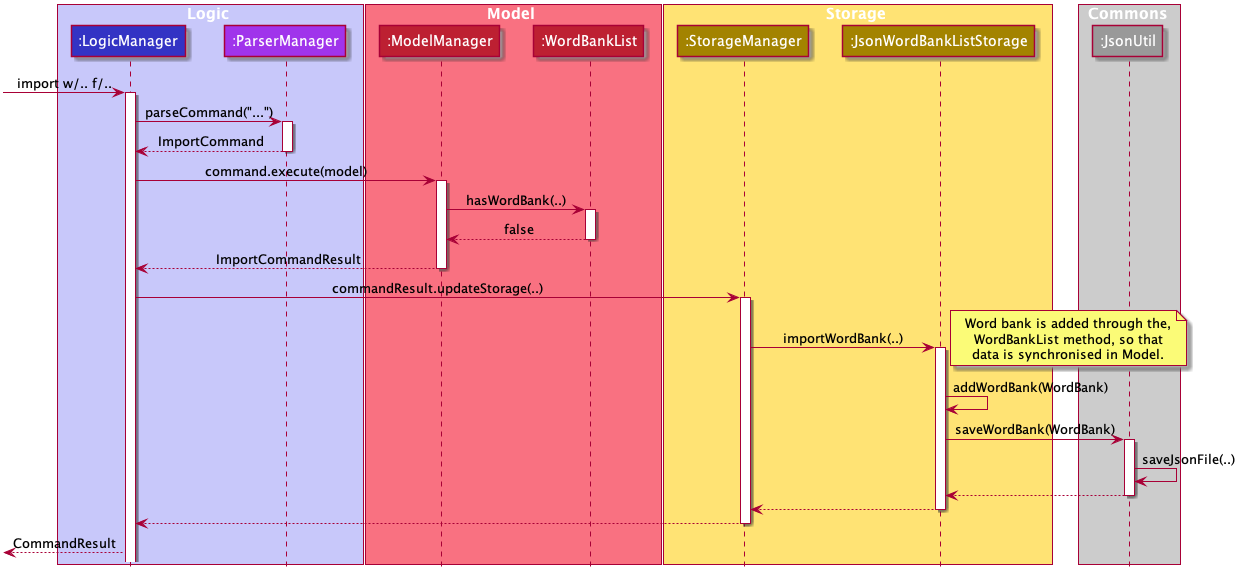
This is docs/images/ImportCommandSeqDiagram.png from nus-cs2103-AY1920S1/addressbook-level3, a PlantUML export, as it was before one commit.
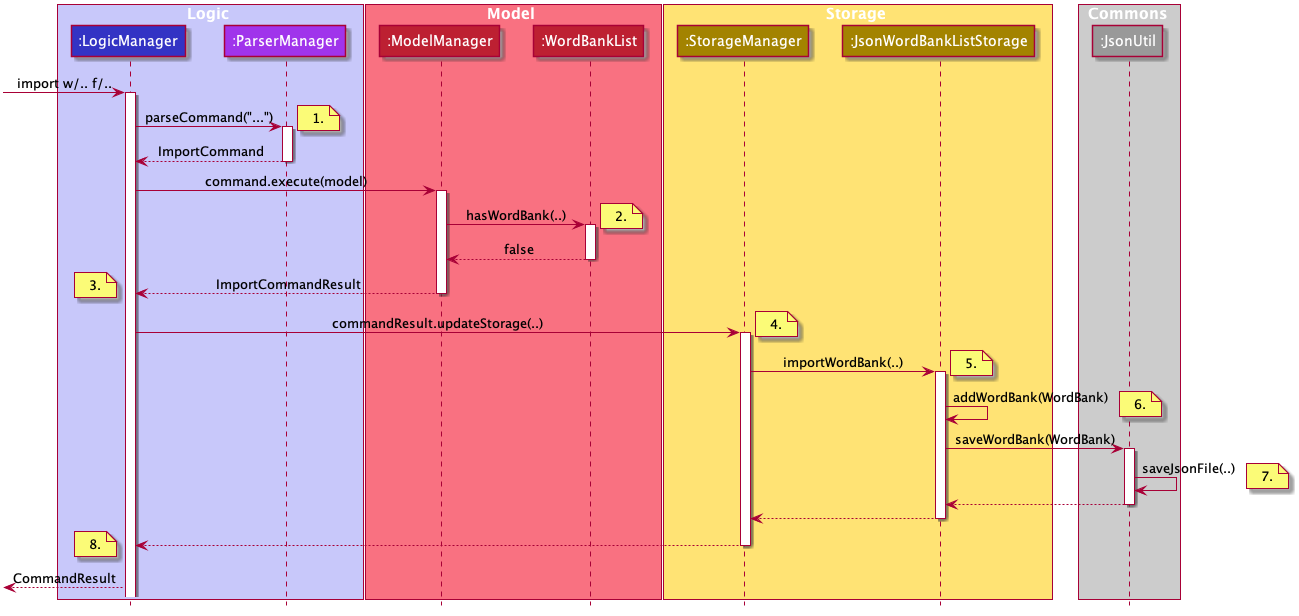
After the change.

Diff of the diagram source:
```diff
@@ -84,6 +84,7 @@
 [-> LogicManager : import w/.. f/..
 activate LogicManager
 LogicManager -> ParserManager : parseCommand("...")
+note right: 1.
 
 activate ParserManager
 ParserManager --> LogicManager : ImportCommand
@@ -92,6 +93,7 @@
 LogicManager -> ModelManager : command.execute(model)
 activate ModelManager
 ModelManager -> WordBankList : hasWordBank(..)
+note right: 2.
 activate WordBankList
 
 WordBankList --> ModelManager : false
@@ -99,28 +101,34 @@
 
 ModelManager --> LogicManager : ImportCommandResult
 deactivate ModelManager
+note left: 3.
+
 
 LogicManager -> StorageManager : commandResult.updateStorage(..)
+note right: 4.
 activate StorageManager
-
 StorageManager -> JsonWordBankListStorage : importWordBank(..)
+note right: 5.
 activate JsonWordBankListStorage
 
-note right: Word bank is added through the,\n WordBankList method, so that \ndata is synchronised in Model.
 JsonWordBankListStorage -> JsonWordBankListStorage : addWordBank(WordBank)
+note right: 6.
+
 JsonWordBankListStorage -> JsonUtil : saveWordBank(WordBank)
 activate JsonUtil
 
+
 JsonUtil -> JsonUtil : saveJsonFile(..)
+note right: 7.
 JsonUtil --> JsonWordBankListStorage
 
 deactivate JsonUtil
-
 JsonWordBankListStorage --> StorageManager
 deactivate JsonWordBankListStorage
 
 StorageManager --> LogicManager
 deactivate StorageManager
+note left: 8.
 
 
 
```
